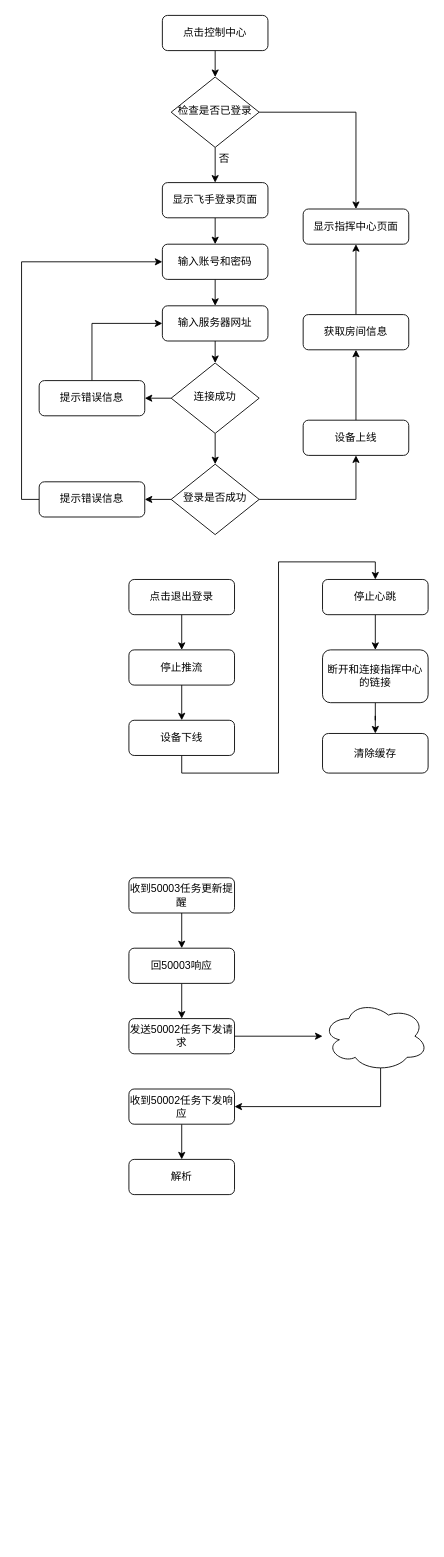
Above: 指挥中心.drawio in xubinlu/android-journey (draw.io), before the change. Source tidied: cells renumbered, new cells numbered last; positions are measured from the earlier drawing's top-left corner, leaving out a move shared by most shapes. Both pictures are drawn from the tidied source at 88%, with x=0, y=0 at pixel (39, 15).
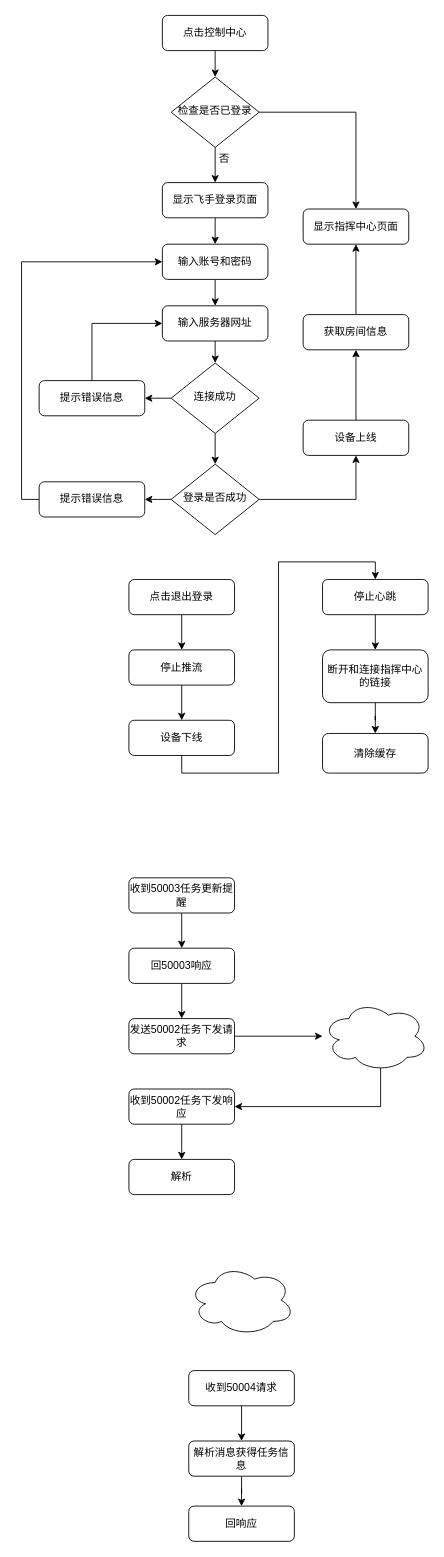
The same diagram, later.

Commit message:
更新指挥中心.drawio

What changed in the source:
```diff
@@
+    <mxCell id="51" style="ellipse;shape=cloud;whiteSpace=wrap;html=1;" parent="1" vertex="1">
+      <mxGeometry x="170" y="1420" width="120" height="80" as="geometry" />
+    </mxCell>
+    <mxCell id="52" style="edgeStyle=orthogonalEdgeStyle;rounded=0;jettySize=auto;html=1;" parent="1" edge="1" source="53" target="55">
+      <mxGeometry relative="1" as="geometry" />
+    </mxCell>
+    <mxCell id="53" value="收到50004请求" style="rounded=1;whiteSpace=wrap;html=1;fontSize=12;glass=0;strokeWidth=1;shadow=0;" parent="1" vertex="1">
+      <mxGeometry x="170" y="1540" width="120" height="40" as="geometry" />
+    </mxCell>
+    <mxCell id="54" style="edgeStyle=orthogonalEdgeStyle;rounded=0;jettySize=auto;html=1;" parent="1" edge="1" source="55" target="56">
+      <mxGeometry relative="1" as="geometry" />
+    </mxCell>
+    <mxCell id="55" value="解析消息获得任务信息" style="rounded=1;whiteSpace=wrap;html=1;fontSize=12;glass=0;strokeWidth=1;shadow=0;" parent="1" vertex="1">
+      <mxGeometry x="170" y="1620" width="120" height="40" as="geometry" />
+    </mxCell>
+    <mxCell id="56" value="回响应" style="rounded=1;whiteSpace=wrap;html=1;fontSize=12;glass=0;strokeWidth=1;shadow=0;" parent="1" vertex="1">
+      <mxGeometry x="170" y="1694" width="120" height="40" as="geometry" />
+    </mxCell>
```
